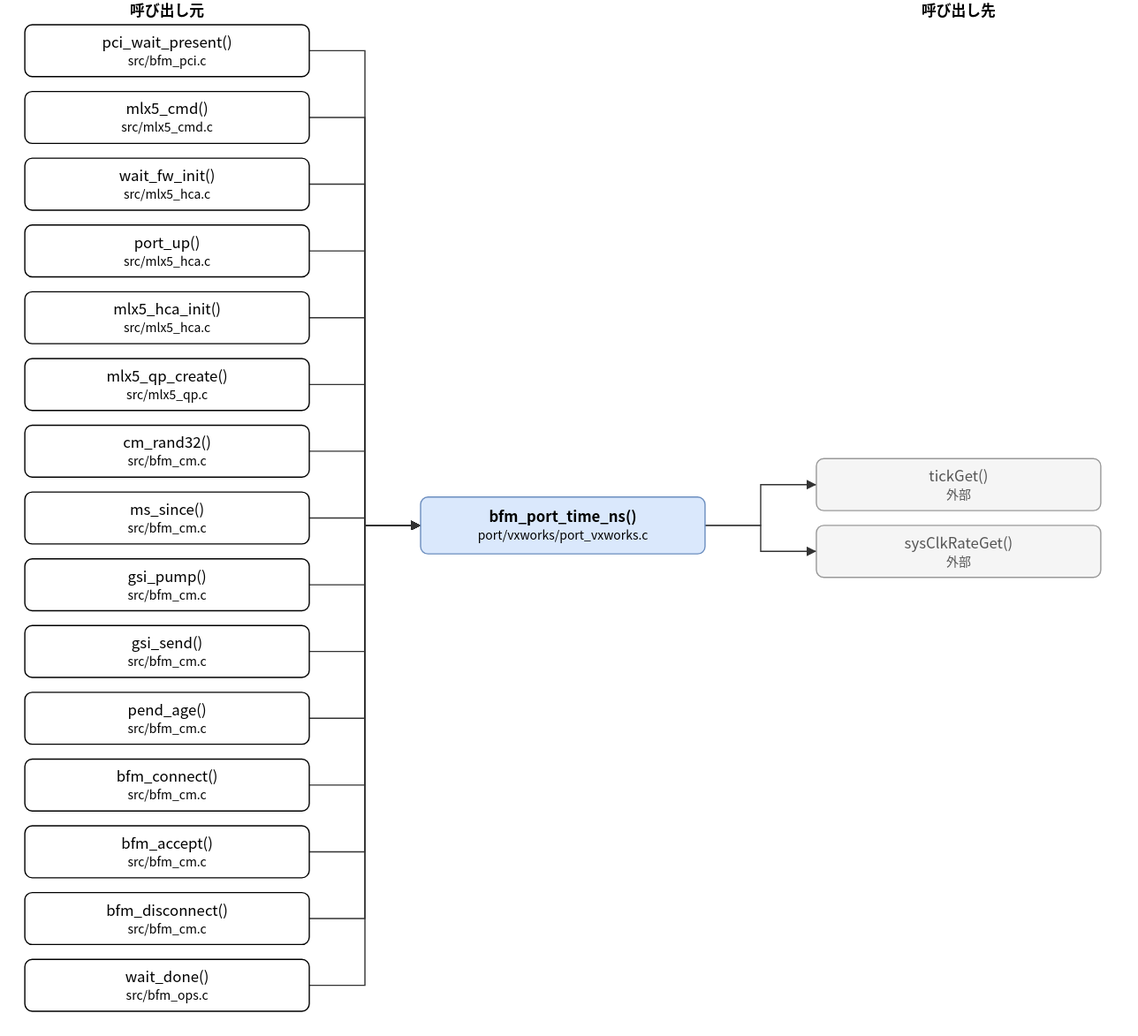
Before: doc/spec/images/call_port_vxworks_port_vxworks__bfm_port_time_ns.drawio.svg, a diagram exported from draw.io (hf355051012-ai/bfmem). Source tidied: cells renumbered, new cells last; positions are measured from the earlier drawing's top-left corner, leaving out a move shared by most shapes.
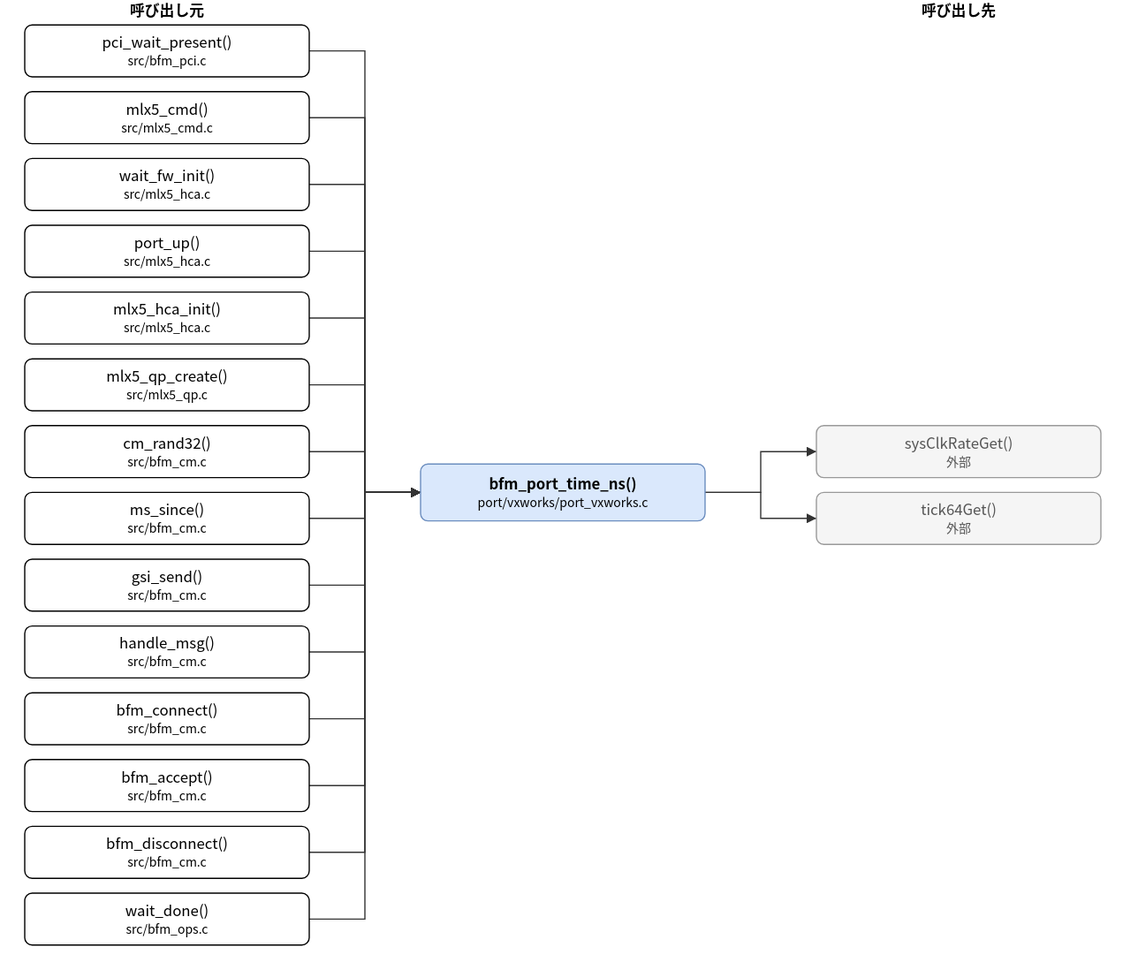
Above is the later version.

What changed in the source:
```diff
@@ -3,7 +3,7 @@
     <mxCell id="0" />
     <mxCell id="1" parent="0" />
     <mxCell id="2" value="bfm_port_time_ns()&lt;br&gt;&lt;font style=&quot;font-size:10px&quot;&gt;port/vxworks/port_vxworks.c&lt;/font&gt;" style="rounded=1;whiteSpace=wrap;html=1;fillColor=#dae8fc;strokeColor=#6c8ebf;fontStyle=1;" parent="1" vertex="1">
-      <mxGeometry x="320" y="402" width="230" height="46" as="geometry" />
+      <mxGeometry x="320" y="375" width="230" height="46" as="geometry" />
     </mxCell>
     <mxCell id="3" value="pci_wait_present()&lt;br&gt;&lt;font style=&quot;font-size:10px&quot;&gt;src/bfm_pci.c&lt;/font&gt;" style="rounded=1;whiteSpace=wrap;html=1;" parent="1" vertex="1">
       <mxGeometry y="20" width="230" height="42" as="geometry" />
@@ -29,38 +29,35 @@
     <mxCell id="10" value="ms_since()&lt;br&gt;&lt;font style=&quot;font-size:10px&quot;&gt;src/bfm_cm.c&lt;/font&gt;" style="rounded=1;whiteSpace=wrap;html=1;" parent="1" vertex="1">
       <mxGeometry y="398" width="230" height="42" as="geometry" />
     </mxCell>
-    <mxCell id="11" value="gsi_pump()&lt;br&gt;&lt;font style=&quot;font-size:10px&quot;&gt;src/bfm_cm.c&lt;/font&gt;" style="rounded=1;whiteSpace=wrap;html=1;" parent="1" vertex="1">
+    <mxCell id="11" value="gsi_send()&lt;br&gt;&lt;font style=&quot;font-size:10px&quot;&gt;src/bfm_cm.c&lt;/font&gt;" style="rounded=1;whiteSpace=wrap;html=1;" parent="1" vertex="1">
       <mxGeometry y="452" width="230" height="42" as="geometry" />
     </mxCell>
-    <mxCell id="12" value="gsi_send()&lt;br&gt;&lt;font style=&quot;font-size:10px&quot;&gt;src/bfm_cm.c&lt;/font&gt;" style="rounded=1;whiteSpace=wrap;html=1;" parent="1" vertex="1">
+    <mxCell id="12" value="handle_msg()&lt;br&gt;&lt;font style=&quot;font-size:10px&quot;&gt;src/bfm_cm.c&lt;/font&gt;" style="rounded=1;whiteSpace=wrap;html=1;" parent="1" vertex="1">
       <mxGeometry y="506" width="230" height="42" as="geometry" />
     </mxCell>
-    <mxCell id="13" value="pend_age()&lt;br&gt;&lt;font style=&quot;font-size:10px&quot;&gt;src/bfm_cm.c&lt;/font&gt;" style="rounded=1;whiteSpace=wrap;html=1;" parent="1" vertex="1">
+    <mxCell id="13" value="bfm_connect()&lt;br&gt;&lt;font style=&quot;font-size:10px&quot;&gt;src/bfm_cm.c&lt;/font&gt;" style="rounded=1;whiteSpace=wrap;html=1;" parent="1" vertex="1">
       <mxGeometry y="560" width="230" height="42" as="geometry" />
     </mxCell>
-    <mxCell id="14" value="bfm_connect()&lt;br&gt;&lt;font style=&quot;font-size:10px&quot;&gt;src/bfm_cm.c&lt;/font&gt;" style="rounded=1;whiteSpace=wrap;html=1;" parent="1" vertex="1">
+    <mxCell id="14" value="bfm_accept()&lt;br&gt;&lt;font style=&quot;font-size:10px&quot;&gt;src/bfm_cm.c&lt;/font&gt;" style="rounded=1;whiteSpace=wrap;html=1;" parent="1" vertex="1">
       <mxGeometry y="614" width="230" height="42" as="geometry" />
     </mxCell>
-    <mxCell id="15" value="bfm_accept()&lt;br&gt;&lt;font style=&quot;font-size:10px&quot;&gt;src/bfm_cm.c&lt;/font&gt;" style="rounded=1;whiteSpace=wrap;html=1;" parent="1" vertex="1">
+    <mxCell id="15" value="bfm_disconnect()&lt;br&gt;&lt;font style=&quot;font-size:10px&quot;&gt;src/bfm_cm.c&lt;/font&gt;" style="rounded=1;whiteSpace=wrap;html=1;" parent="1" vertex="1">
       <mxGeometry y="668" width="230" height="42" as="geometry" />
     </mxCell>
-    <mxCell id="16" value="bfm_disconnect()&lt;br&gt;&lt;font style=&quot;font-size:10px&quot;&gt;src/bfm_cm.c&lt;/font&gt;" style="rounded=1;whiteSpace=wrap;html=1;" parent="1" vertex="1">
+    <mxCell id="16" value="wait_done()&lt;br&gt;&lt;font style=&quot;font-size:10px&quot;&gt;src/bfm_ops.c&lt;/font&gt;" style="rounded=1;whiteSpace=wrap;html=1;" parent="1" vertex="1">
       <mxGeometry y="722" width="230" height="42" as="geometry" />
     </mxCell>
-    <mxCell id="17" value="wait_done()&lt;br&gt;&lt;font style=&quot;font-size:10px&quot;&gt;src/bfm_ops.c&lt;/font&gt;" style="rounded=1;whiteSpace=wrap;html=1;" parent="1" vertex="1">
-      <mxGeometry y="776" width="230" height="42" as="geometry" />
-    </mxCell>
-    <mxCell id="18" value="tickGet()&lt;br&gt;&lt;font style=&quot;font-size:10px&quot;&gt;外部&lt;/font&gt;" style="rounded=1;whiteSpace=wrap;html=1;fillColor=#f5f5f5;strokeColor=#999999;fontColor=#555555;" parent="1" vertex="1">
-      <mxGeometry x="640" y="371" width="230" height="42" as="geometry" />
+    <mxCell id="18" value="sysClkRateGet()&lt;br&gt;&lt;font style=&quot;font-size:10px&quot;&gt;外部&lt;/font&gt;" style="rounded=1;whiteSpace=wrap;html=1;fillColor=#f5f5f5;strokeColor=#999999;fontColor=#555555;" parent="1" vertex="1">
+      <mxGeometry x="640" y="344" width="230" height="42" as="geometry" />
     </mxCell>
-    <mxCell id="19" value="sysClkRateGet()&lt;br&gt;&lt;font style=&quot;font-size:10px&quot;&gt;外部&lt;/font&gt;" style="rounded=1;whiteSpace=wrap;html=1;fillColor=#f5f5f5;strokeColor=#999999;fontColor=#555555;" parent="1" vertex="1">
-      <mxGeometry x="640" y="425" width="230" height="42" as="geometry" />
+    <mxCell id="19" value="tick64Get()&lt;br&gt;&lt;font style=&quot;font-size:10px&quot;&gt;外部&lt;/font&gt;" style="rounded=1;whiteSpace=wrap;html=1;fillColor=#f5f5f5;strokeColor=#999999;fontColor=#555555;" parent="1" vertex="1">
+      <mxGeometry x="640" y="398" width="230" height="42" as="geometry" />
     </mxCell>
     <mxCell id="20" style="edgeStyle=none;html=1;rounded=0;endArrow=block;endFill=1;exitX=1.0000;exitY=0.5000;exitDx=0;exitDy=0;exitPerimeter=0;entryX=0.0000;entryY=0.5000;entryDx=0;entryDy=0;entryPerimeter=0;" parent="1" edge="1" source="3" target="2">
       <mxGeometry relative="1" as="geometry">
         <Array as="points">
           <mxPoint x="275" y="41" />
-          <mxPoint x="275" y="425" />
+          <mxPoint x="275" y="398" />
         </Array>
       </mxGeometry>
     </mxCell>
@@ -68,7 +65,7 @@
       <mxGeometry relative="1" as="geometry">
         <Array as="points">
           <mxPoint x="275" y="95" />
-          <mxPoint x="275" y="425" />
+          <mxPoint x="275" y="398" />
         </Array>
       </mxGeometry>
     </mxCell>
@@ -76,7 +73,7 @@
       <mxGeometry relative="1" as="geometry">
         <Array as="points">
           <mxPoint x="275" y="149" />
-          <mxPoint x="275" y="425" />
+          <mxPoint x="275" y="398" />
         </Array>
       </mxGeometry>
     </mxCell>
@@ -84,7 +81,7 @@
       <mxGeometry relative="1" as="geometry">
         <Array as="points">
           <mxPoint x="275" y="203" />
-          <mxPoint x="275" y="425" />
+          <mxPoint x="275" y="398" />
         </Array>
       </mxGeometry>
     </mxCell>
@@ -92,7 +89,7 @@
       <mxGeometry relative="1" as="geometry">
         <Array as="points">
           <mxPoint x="275" y="257" />
-          <mxPoint x="275" y="425" />
+          <mxPoint x="275" y="398" />
         </Array>
       </mxGeometry>
     </mxCell>
@@ -100,7 +97,7 @@
       <mxGeometry relative="1" as="geometry">
         <Array as="points">
           <mxPoint x="275" y="311" />
-          <mxPoint x="275" y="425" />
+          <mxPoint x="275" y="398" />
         </Array>
       </mxGeometry>
     </mxCell>
@@ -108,7 +105,7 @@
       <mxGeometry relative="1" as="geometry">
         <Array as="points">
           <mxPoint x="275" y="365" />
-          <mxPoint x="275" y="425" />
+          <mxPoint x="275" y="398" />
         </Array>
       </mxGeometry>
     </mxCell>
@@ -116,7 +113,7 @@
       <mxGeometry relative="1" as="geometry">
         <Array as="points">
           <mxPoint x="275" y="419" />
-          <mxPoint x="275" y="425" />
+          <mxPoint x="275" y="398" />
         </Array>
       </mxGeometry>
     </mxCell>
@@ -124,7 +121,7 @@
       <mxGeometry relative="1" as="geometry">
         <Array as="points">
           <mxPoint x="275" y="473" />
-          <mxPoint x="275" y="425" />
+          <mxPoint x="275" y="398" />
         </Array>
       </mxGeometry>
     </mxCell>
@@ -132,7 +129,7 @@
       <mxGeometry relative="1" as="geometry">
         <Array as="points">
           <mxPoint x="275" y="527" />
-          <mxPoint x="275" y="425" />
+          <mxPoint x="275" y="398" />
         </Array>
       </mxGeometry>
     </mxCell>
@@ -140,7 +137,7 @@
       <mxGeometry relative="1" as="geometry">
         <Array as="points">
           <mxPoint x="275" y="581" />
-          <mxPoint x="275" y="425" />
+          <mxPoint x="275" y="398" />
         </Array>
       </mxGeometry>
     </mxCell>
@@ -148,7 +145,7 @@
       <mxGeometry relative="1" as="geometry">
         <Array as="points">
           <mxPoint x="275" y="635" />
-          <mxPoint x="275" y="425" />
+          <mxPoint x="275" y="398" />
         </Array>
       </mxGeometry>
     </mxCell>
@@ -156,7 +153,7 @@
       <mxGeometry relative="1" as="geometry">
         <Array as="points">
           <mxPoint x="275" y="689" />
-          <mxPoint x="275" y="425" />
+          <mxPoint x="275" y="398" />
         </Array>
       </mxGeometry>
     </mxCell>
@@ -164,34 +161,26 @@
       <mxGeometry relative="1" as="geometry">
         <Array as="points">
           <mxPoint x="275" y="743" />
-          <mxPoint x="275" y="425" />
+          <mxPoint x="275" y="398" />
         </Array>
       </mxGeometry>
     </mxCell>
-    <mxCell id="34" style="edgeStyle=none;html=1;rounded=0;endArrow=block;endFill=1;exitX=1.0000;exitY=0.5000;exitDx=0;exitDy=0;exitPerimeter=0;entryX=0.0000;entryY=0.5000;entryDx=0;entryDy=0;entryPerimeter=0;" parent="1" edge="1" source="17" target="2">
+    <mxCell id="34" style="edgeStyle=none;html=1;rounded=0;endArrow=block;endFill=1;exitX=1.0000;exitY=0.5000;exitDx=0;exitDy=0;exitPerimeter=0;entryX=0.0000;entryY=0.5000;entryDx=0;entryDy=0;entryPerimeter=0;" parent="1" edge="1" source="2" target="18">
       <mxGeometry relative="1" as="geometry">
         <Array as="points">
-          <mxPoint x="275" y="797" />
-          <mxPoint x="275" y="425" />
+          <mxPoint x="595" y="398" />
+          <mxPoint x="595" y="365" />
         </Array>
       </mxGeometry>
     </mxCell>
-    <mxCell id="35" style="edgeStyle=none;html=1;rounded=0;endArrow=block;endFill=1;exitX=1.0000;exitY=0.5000;exitDx=0;exitDy=0;exitPerimeter=0;entryX=0.0000;entryY=0.5000;entryDx=0;entryDy=0;entryPerimeter=0;" parent="1" edge="1" source="2" target="18">
+    <mxCell id="35" style="edgeStyle=none;html=1;rounded=0;endArrow=block;endFill=1;exitX=1.0000;exitY=0.5000;exitDx=0;exitDy=0;exitPerimeter=0;entryX=0.0000;entryY=0.5000;entryDx=0;entryDy=0;entryPerimeter=0;" parent="1" edge="1" source="2" target="19">
       <mxGeometry relative="1" as="geometry">
         <Array as="points">
-          <mxPoint x="595" y="425" />
-          <mxPoint x="595" y="392" />
+          <mxPoint x="595" y="398" />
+          <mxPoint x="595" y="419" />
         </Array>
       </mxGeometry>
     </mxCell>
-    <mxCell id="36" style="edgeStyle=none;html=1;rounded=0;endArrow=block;endFill=1;exitX=1.0000;exitY=0.5000;exitDx=0;exitDy=0;exitPerimeter=0;entryX=0.0000;entryY=0.5000;entryDx=0;entryDy=0;entryPerimeter=0;" parent="1" edge="1" source="2" target="19">
-      <mxGeometry relative="1" as="geometry">
-        <Array as="points">
-          <mxPoint x="595" y="425" />
-          <mxPoint x="595" y="446" />
-        </Array>
-      </mxGeometry>
-    </mxCell>
     <mxCell id="37" value="呼び出し元" style="text;html=1;align=center;fontStyle=1;" parent="1" vertex="1">
       <mxGeometry x="35" width="160" height="18" as="geometry" />
     </mxCell>
```
